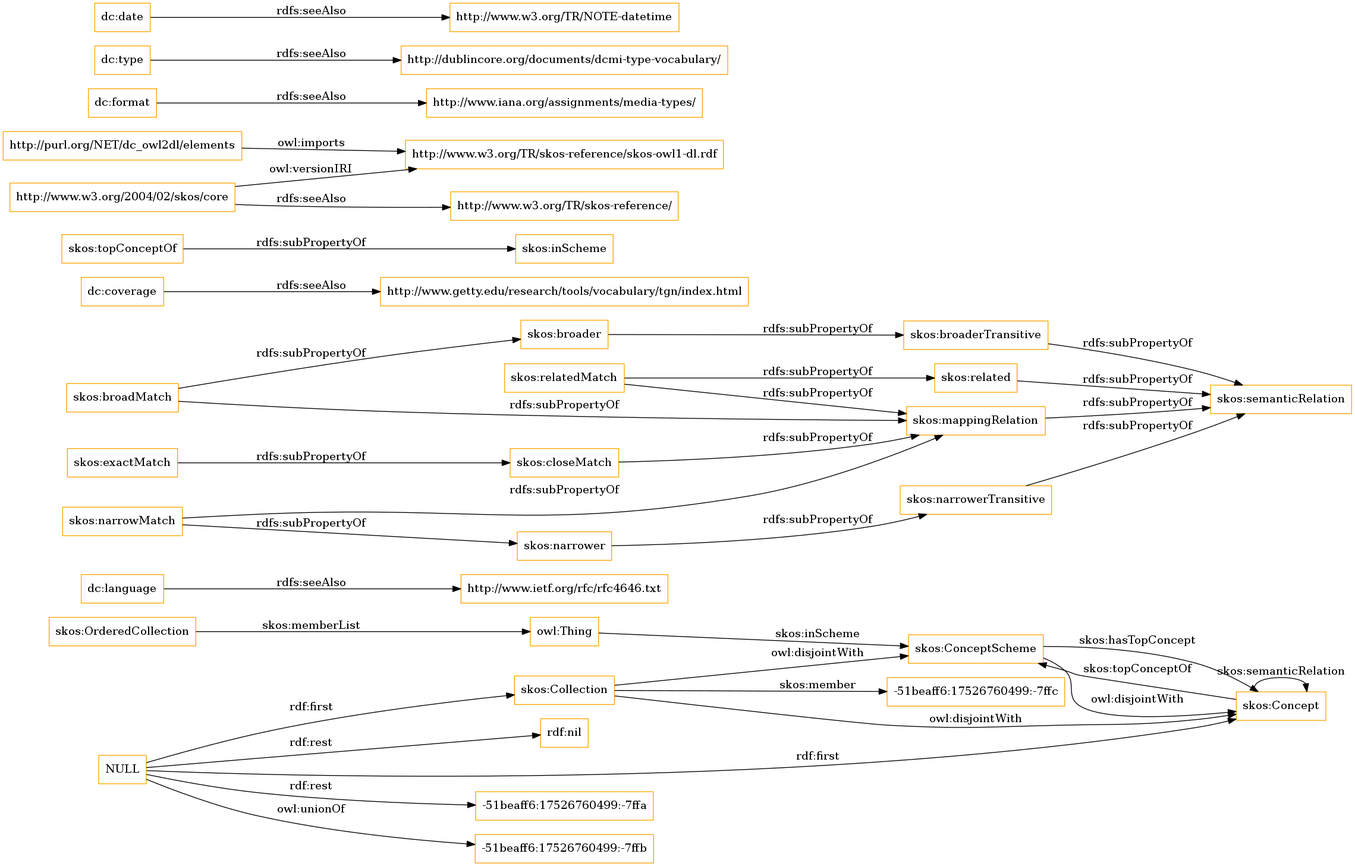
The Graphviz diagram OnToology/imports/elements.owl/diagrams/ar2dtool-class/elements.owl.png in OnToologyUser/core-ontology-1, before a commit. Its source is kept beside it as OnToology/imports/elements.owl/diagrams/ar2dtool-class/elements.owl.png.dot.
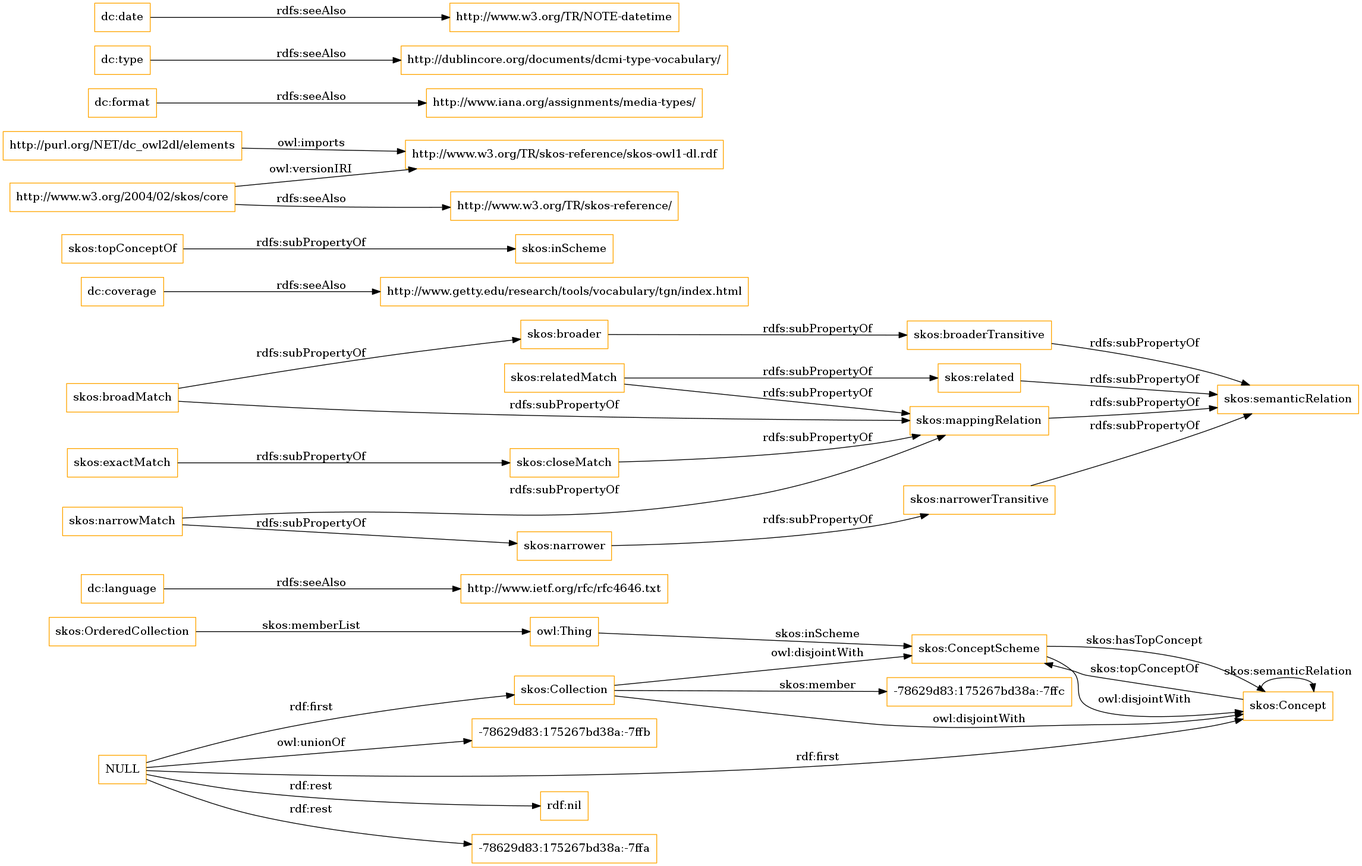
The same file after the commit.

Change to the diagram source:
```diff
@@ -1,13 +1,13 @@
 digraph ar2dtool_diagram {
 rankdir=LR;
 size="1501"
-node [shape = rectangle, color="orange"]; "-51beaff6:17526760499:-7ffc" "skos:OrderedCollection" "skos:Collection" "skos:ConceptScheme" "skos:Concept" ; /*classes style*/
+node [shape = rectangle, color="orange"]; "-78629d83:175267bd38a:-7ffc" "skos:OrderedCollection" "skos:Collection" "skos:ConceptScheme" "skos:Concept" ; /*classes style*/
 	"dc:language" -> "http://www.ietf.org/rfc/rfc4646.txt" [ label = "rdfs:seeAlso" ];
-	"NULL" -> "-51beaff6:17526760499:-7ffa" [ label = "rdf:rest" ];
-	"NULL" -> "skos:Concept" [ label = "rdf:first" ];
-	"NULL" -> "-51beaff6:17526760499:-7ffb" [ label = "owl:unionOf" ];
 	"NULL" -> "rdf:nil" [ label = "rdf:rest" ];
 	"NULL" -> "skos:Collection" [ label = "rdf:first" ];
+	"NULL" -> "-78629d83:175267bd38a:-7ffa" [ label = "rdf:rest" ];
+	"NULL" -> "skos:Concept" [ label = "rdf:first" ];
+	"NULL" -> "-78629d83:175267bd38a:-7ffb" [ label = "owl:unionOf" ];
 	"skos:closeMatch" -> "skos:mappingRelation" [ label = "rdfs:subPropertyOf" ];
 	"dc:coverage" -> "http://www.getty.edu/research/tools/vocabulary/tgn/index.html" [ label = "rdfs:seeAlso" ];
 	"skos:relatedMatch" -> "skos:related" [ label = "rdfs:subPropertyOf" ];
@@ -36,7 +36,7 @@
 	"skos:OrderedCollection" -> "owl:Thing" [ label = "skos:memberList" ];
 	"skos:Concept" -> "skos:ConceptScheme" [ label = "skos:topConceptOf" ];
 	"skos:Concept" -> "skos:Concept" [ label = "skos:semanticRelation" ];
-	"skos:Collection" -> "-51beaff6:17526760499:-7ffc" [ label = "skos:member" ];
+	"skos:Collection" -> "-78629d83:175267bd38a:-7ffc" [ label = "skos:member" ];
 	"skos:ConceptScheme" -> "skos:Concept" [ label = "skos:hasTopConcept" ];
 	"owl:Thing" -> "skos:ConceptScheme" [ label = "skos:inScheme" ];
 
```
